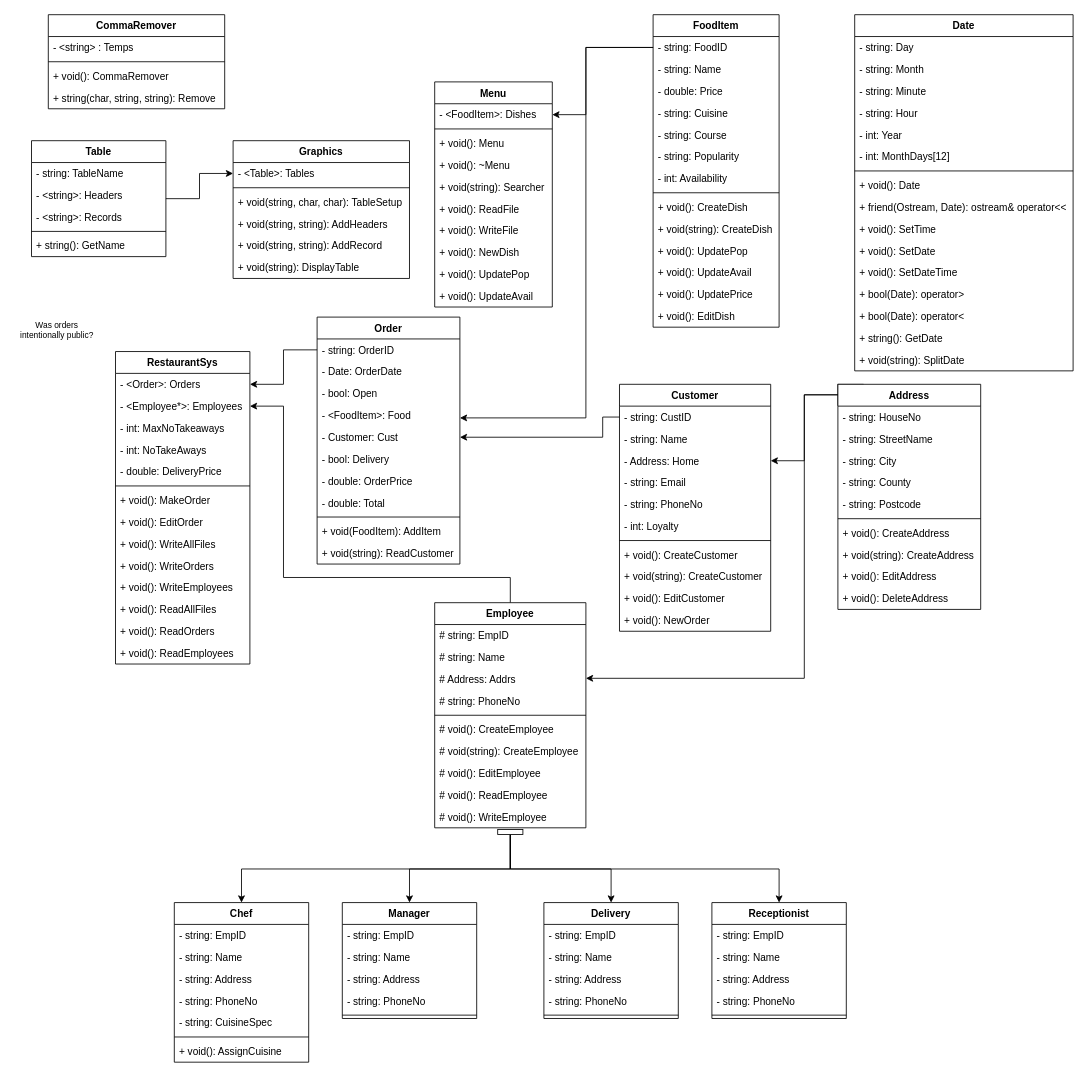
TiredAJ/CPP2-TakeAwaySys keeps this draw.io diagram as page "UML(V.1.3)" (1 of 6) of TakeAwaySys/Notes/Diagrams.drawio. Above is the earlier version. Source tidied: cells renumbered, new cells numbered last; positions are measured from the earlier drawing's top-left corner, leaving out a move shared by most shapes. Both pictures are drawn from the tidied source at 84%, with x=0, y=0 at pixel (14, 14).
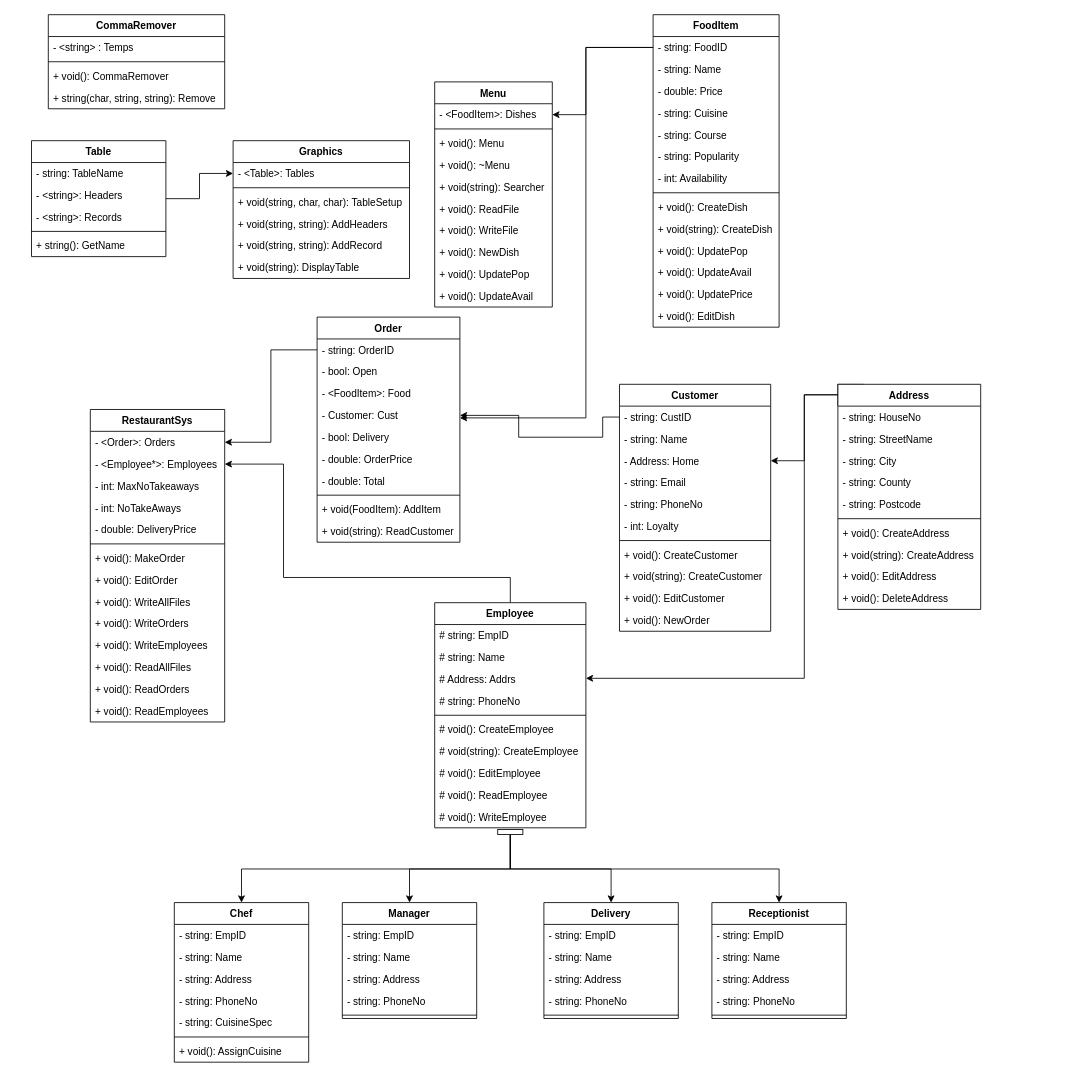
After the change.

Unchanged cells that the change refers to:
```xml
<mxCell id="9" value="Employee" style="swimlane;fontStyle=1;align=center;verticalAlign=top;horizontal=1;startSize=26;" parent="1" vertex="1">
  <mxGeometry x="500" y="700" width="180" height="268" as="geometry" />
</mxCell>
<mxCell id="44" value="- string: CustID" style="text;strokeColor=none;fillColor=none;align=left;verticalAlign=top;spacingLeft=4;spacingRight=4;overflow=hidden;points=[[0,0.5],[1,0.5]];portConstraint=eastwest;" parent="43" vertex="1">
  <mxGeometry y="26" width="180" height="26" as="geometry" />
</mxCell>
<mxCell id="57" value="- &lt;Employee*&gt;: Employees" style="text;strokeColor=none;fillColor=none;align=left;verticalAlign=top;spacingLeft=4;spacingRight=4;overflow=hidden;points=[[0,0.5],[1,0.5]];portConstraint=eastwest;" parent="55" vertex="1">
  <mxGeometry y="52" width="160" height="26" as="geometry" />
</mxCell>
```

What changed in the source:
```diff
@@
     <mxCell id="8" style="edgeStyle=orthogonalEdgeStyle;rounded=0;jettySize=auto;html=1;fontSize=10;exitX=0.5;exitY=0;exitDx=0;exitDy=0;entryX=1;entryY=0.5;entryDx=0;entryDy=0;" parent="1" edge="1" source="9" target="57">
       <mxGeometry relative="1" as="geometry">
         <Array as="points">
           <mxPoint x="590" y="670" />
           <mxPoint x="320" y="670" />
-          <mxPoint x="320" y="466" />
+          <mxPoint x="320" y="535" />
         </Array>
       </mxGeometry>
     </mxCell>
@@
     <mxCell id="31" value="Order" style="swimlane;fontStyle=1;align=center;verticalAlign=top;horizontal=1;startSize=26;" parent="1" vertex="1">
-      <mxGeometry x="360" y="360" width="170" height="294" as="geometry" />
+      <mxGeometry x="360" y="360" width="170" height="268" as="geometry" />
     </mxCell>
@@
-    <mxCell id="33" value="- Date: OrderDate" style="text;strokeColor=none;fillColor=none;align=left;verticalAlign=top;spacingLeft=4;spacingRight=4;overflow=hidden;" parent="31" vertex="1">
-      <mxGeometry y="52" width="170" height="26" as="geometry" />
-    </mxCell>
     <mxCell id="34" value="- bool: Open" style="text;strokeColor=none;fillColor=none;align=left;verticalAlign=top;spacingLeft=4;spacingRight=4;overflow=hidden;" parent="31" vertex="1">
-      <mxGeometry y="78" width="170" height="26" as="geometry" />
+      <mxGeometry y="52" width="170" height="26" as="geometry" />
     </mxCell>
     <mxCell id="35" value="- &lt;FoodItem&gt;: Food" style="text;strokeColor=none;fillColor=none;align=left;verticalAlign=top;spacingLeft=4;spacingRight=4;overflow=hidden;" parent="31" vertex="1">
-      <mxGeometry y="104" width="170" height="26" as="geometry" />
+      <mxGeometry y="78" width="170" height="26" as="geometry" />
     </mxCell>
     <mxCell id="36" value="- Customer: Cust" style="text;strokeColor=none;fillColor=none;align=left;verticalAlign=top;spacingLeft=4;spacingRight=4;overflow=hidden;points=[[0,0.5],[1,0.5]];portConstraint=eastwest;" parent="31" vertex="1">
-      <mxGeometry y="130" width="170" height="26" as="geometry" />
+      <mxGeometry y="104" width="170" height="26" as="geometry" />
     </mxCell>
     <mxCell id="37" value="- bool: Delivery" style="text;strokeColor=none;fillColor=none;align=left;verticalAlign=top;spacingLeft=4;spacingRight=4;overflow=hidden;" parent="31" vertex="1">
-      <mxGeometry y="156" width="170" height="26" as="geometry" />
+      <mxGeometry y="130" width="170" height="26" as="geometry" />
     </mxCell>
     <mxCell id="38" value="- double: OrderPrice" style="text;strokeColor=none;fillColor=none;align=left;verticalAlign=top;spacingLeft=4;spacingRight=4;overflow=hidden;" parent="31" vertex="1">
-      <mxGeometry y="182" width="170" height="26" as="geometry" />
+      <mxGeometry y="156" width="170" height="26" as="geometry" />
     </mxCell>
     <mxCell id="39" value="- double: Total" style="text;strokeColor=none;fillColor=none;align=left;verticalAlign=top;spacingLeft=4;spacingRight=4;overflow=hidden;" parent="31" vertex="1">
-      <mxGeometry y="208" width="170" height="26" as="geometry" />
+      <mxGeometry y="182" width="170" height="26" as="geometry" />
     </mxCell>
     <mxCell id="40" style="line;strokeWidth=1;fillColor=none;align=left;verticalAlign=middle;spacingTop=-1;spacingLeft=3;spacingRight=3;labelPosition=right;" parent="31" vertex="1">
-      <mxGeometry y="234" width="170" height="8" as="geometry" />
+      <mxGeometry y="208" width="170" height="8" as="geometry" />
     </mxCell>
     <mxCell id="41" value="+ void(FoodItem): AddItem" style="text;strokeColor=none;fillColor=none;align=left;verticalAlign=top;spacingLeft=4;spacingRight=4;overflow=hidden;" parent="31" vertex="1">
-      <mxGeometry y="242" width="170" height="26" as="geometry" />
+      <mxGeometry y="216" width="170" height="26" as="geometry" />
     </mxCell>
     <mxCell id="42" value="+ void(string): ReadCustomer" style="text;strokeColor=none;fillColor=none;align=left;verticalAlign=top;spacingLeft=4;spacingRight=4;overflow=hidden;" parent="31" vertex="1">
-      <mxGeometry y="268" width="170" height="26" as="geometry" />
+      <mxGeometry y="242" width="170" height="26" as="geometry" />
     </mxCell>
@@
     <mxCell id="55" value="RestaurantSys" style="swimlane;fontStyle=1;align=center;verticalAlign=top;horizontal=1;startSize=26;" parent="1" vertex="1">
-      <mxGeometry x="120" y="401" width="160" height="372" as="geometry" />
+      <mxGeometry x="90" y="470" width="160" height="372" as="geometry" />
     </mxCell>
@@
     <mxCell id="84" style="edgeStyle=orthogonalEdgeStyle;rounded=0;jettySize=auto;html=1;exitX=0;exitY=0.5;exitDx=0;exitDy=0;entryX=1;entryY=0.5;entryDx=0;entryDy=0;" parent="1" edge="1" source="44" target="36">
       <mxGeometry relative="1" as="geometry">
         <Array as="points">
           <mxPoint x="700" y="479" />
           <mxPoint x="700" y="503" />
+          <mxPoint x="600" y="503" />
+          <mxPoint x="600" y="477" />
         </Array>
       </mxGeometry>
     </mxCell>
@@
-    <mxCell id="135" value="Was orders &lt;br style=&quot;font-size: 10px;&quot;&gt;intentionally public?" style="text;html=1;align=center;verticalAlign=middle;strokeColor=none;fillColor=none;fontSize=10;" parent="1" vertex="1">
-      <mxGeometry y="360" width="100" height="30" as="geometry" />
-    </mxCell>
@@
-    <mxCell id="143" value="Date" style="swimlane;fontStyle=1;align=center;verticalAlign=top;horizontal=1;startSize=26;" parent="1" vertex="1">
-      <mxGeometry x="1000" width="260" height="424" as="geometry" />
-    </mxCell>
-    <mxCell id="144" value="- string: Day" style="text;strokeColor=none;fillColor=none;align=left;verticalAlign=top;spacingLeft=4;spacingRight=4;overflow=hidden;" parent="143" vertex="1">
-      <mxGeometry y="26" width="260" height="26" as="geometry" />
-    </mxCell>
-    <mxCell id="145" value="- string: Month" style="text;strokeColor=none;fillColor=none;align=left;verticalAlign=top;spacingLeft=4;spacingRight=4;overflow=hidden;" parent="143" vertex="1">
-      <mxGeometry y="52" width="260" height="26" as="geometry" />
-    </mxCell>
-    <mxCell id="146" value="- string: Minute" style="text;strokeColor=none;fillColor=none;align=left;verticalAlign=top;spacingLeft=4;spacingRight=4;overflow=hidden;" parent="143" vertex="1">
-      <mxGeometry y="78" width="260" height="26" as="geometry" />
-    </mxCell>
-    <mxCell id="147" value="- string: Hour" style="text;strokeColor=none;fillColor=none;align=left;verticalAlign=top;spacingLeft=4;spacingRight=4;overflow=hidden;" parent="143" vertex="1">
-      <mxGeometry y="104" width="260" height="26" as="geometry" />
-    </mxCell>
-    <mxCell id="148" value="- int: Year" style="text;strokeColor=none;fillColor=none;align=left;verticalAlign=top;spacingLeft=4;spacingRight=4;overflow=hidden;" parent="143" vertex="1">
-      <mxGeometry y="130" width="260" height="26" as="geometry" />
-    </mxCell>
-    <mxCell id="149" value="- int: MonthDays[12]" style="text;strokeColor=none;fillColor=none;align=left;verticalAlign=top;spacingLeft=4;spacingRight=4;overflow=hidden;" parent="143" vertex="1">
-      <mxGeometry y="156" width="260" height="26" as="geometry" />
-    </mxCell>
-    <mxCell id="150" style="line;strokeWidth=1;fillColor=none;align=left;verticalAlign=middle;spacingTop=-1;spacingLeft=3;spacingRight=3;labelPosition=right;" parent="143" vertex="1">
-      <mxGeometry y="182" width="260" height="8" as="geometry" />
-    </mxCell>
-    <mxCell id="151" value="+ void(): Date" style="text;strokeColor=none;fillColor=none;align=left;verticalAlign=top;spacingLeft=4;spacingRight=4;overflow=hidden;" parent="143" vertex="1">
-      <mxGeometry y="190" width="260" height="26" as="geometry" />
-    </mxCell>
-    <mxCell id="152" value="+ friend(Ostream, Date): ostream&amp; operator&lt;&lt;" style="text;strokeColor=none;fillColor=none;align=left;verticalAlign=top;spacingLeft=4;spacingRight=4;overflow=hidden;" parent="143" vertex="1">
-      <mxGeometry y="216" width="260" height="26" as="geometry" />
-    </mxCell>
-    <mxCell id="153" value="+ void(): SetTime" style="text;strokeColor=none;fillColor=none;align=left;verticalAlign=top;spacingLeft=4;spacingRight=4;overflow=hidden;" parent="143" vertex="1">
-      <mxGeometry y="242" width="260" height="26" as="geometry" />
-    </mxCell>
-    <mxCell id="154" value="+ void(): SetDate" style="text;strokeColor=none;fillColor=none;align=left;verticalAlign=top;spacingLeft=4;spacingRight=4;overflow=hidden;" parent="143" vertex="1">
-      <mxGeometry y="268" width="260" height="26" as="geometry" />
-    </mxCell>
-    <mxCell id="155" value="+ void(): SetDateTime" style="text;strokeColor=none;fillColor=none;align=left;verticalAlign=top;spacingLeft=4;spacingRight=4;overflow=hidden;" parent="143" vertex="1">
-      <mxGeometry y="294" width="260" height="26" as="geometry" />
-    </mxCell>
-    <mxCell id="156" value="+ bool(Date): operator&gt;" style="text;strokeColor=none;fillColor=none;align=left;verticalAlign=top;spacingLeft=4;spacingRight=4;overflow=hidden;" parent="143" vertex="1">
-      <mxGeometry y="320" width="260" height="26" as="geometry" />
-    </mxCell>
-    <mxCell id="157" value="+ bool(Date): operator&lt;" style="text;strokeColor=none;fillColor=none;align=left;verticalAlign=top;spacingLeft=4;spacingRight=4;overflow=hidden;" parent="143" vertex="1">
-      <mxGeometry y="346" width="260" height="26" as="geometry" />
-    </mxCell>
-    <mxCell id="158" value="+ string(): GetDate" style="text;strokeColor=none;fillColor=none;align=left;verticalAlign=top;spacingLeft=4;spacingRight=4;overflow=hidden;" parent="143" vertex="1">
-      <mxGeometry y="372" width="260" height="26" as="geometry" />
-    </mxCell>
-    <mxCell id="159" value="+ void(string): SplitDate" style="text;strokeColor=none;fillColor=none;align=left;verticalAlign=top;spacingLeft=4;spacingRight=4;overflow=hidden;" parent="143" vertex="1">
-      <mxGeometry y="398" width="260" height="26" as="geometry" />
-    </mxCell>
```
